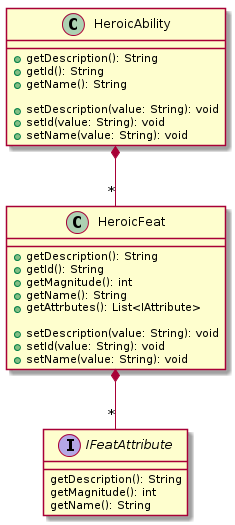
Before: docs/core.png, a diagram exported from PlantUML (GhChancellor/HeroesWithoutHope).
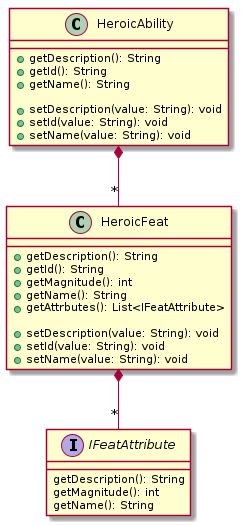
The same file after the commit.

The edit, as a diff of the source:
```diff
@@ -15,7 +15,7 @@
         + getId(): String
         + getMagnitude(): int
         + getName(): String
-        + getAttrbutes(): List<IAttribute>
+        + getAttrbutes(): List<IFeatAttribute>
 
         + setDescription(value: String): void
         + setId(value: String): void
```
